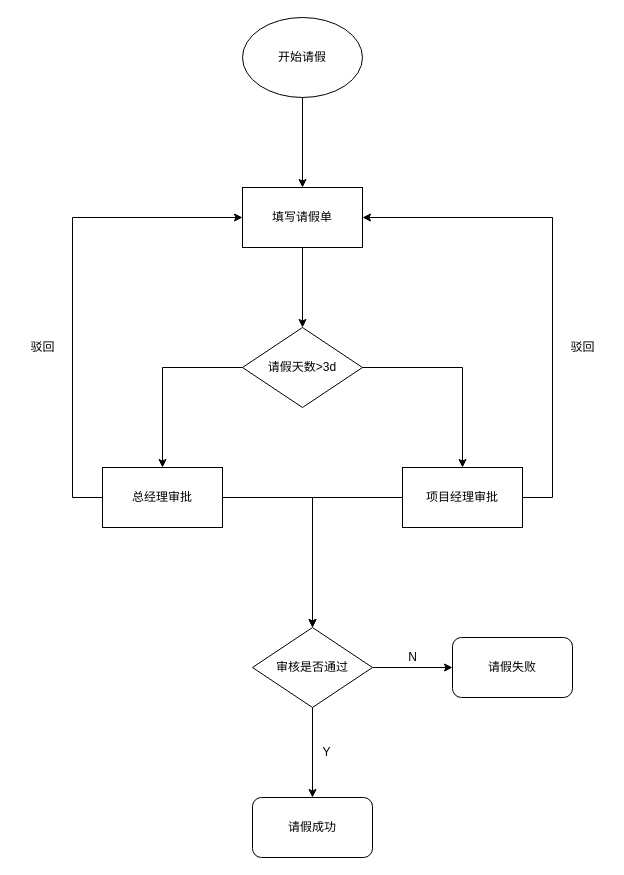
mono2048/draw.io keeps this draw.io diagram as 未命名绘图.drawio. Above is the earlier version. Source tidied: cells renumbered, new cells numbered last; positions are measured from the earlier drawing's top-left corner, leaving out a move shared by most shapes. Both pictures are drawn from the tidied source at 100%, with x=0, y=0 at pixel (17, 17).
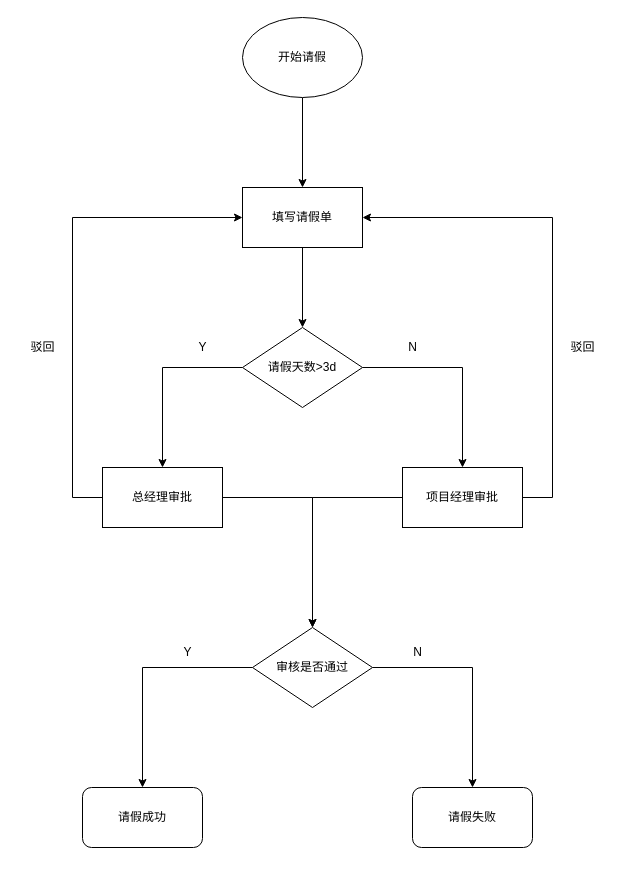
Above is the later version.

Commit message:
更新未命名绘图.drawio

What changed in the source:
```diff
@@
     <mxCell id="21" value="请假成功" style="rounded=1;whiteSpace=wrap;html=1;" parent="1" vertex="1">
-      <mxGeometry x="235" y="780" width="120" height="60" as="geometry" />
+      <mxGeometry x="65" y="770" width="120" height="60" as="geometry" />
     </mxCell>
     <mxCell id="22" value="请假失败" style="rounded=1;whiteSpace=wrap;html=1;" parent="1" vertex="1">
-      <mxGeometry x="435" y="620" width="120" height="60" as="geometry" />
+      <mxGeometry x="395" y="770" width="120" height="60" as="geometry" />
     </mxCell>
     <mxCell id="23" value="N" style="text;html=1;align=center;verticalAlign=middle;strokeColor=none;fillColor=none;" parent="1" vertex="1">
-      <mxGeometry x="380" y="625" width="30" height="30" as="geometry" />
+      <mxGeometry x="385" y="620" width="30" height="30" as="geometry" />
     </mxCell>
     <mxCell id="24" value="Y" style="text;html=1;align=center;verticalAlign=middle;strokeColor=none;fillColor=none;" parent="1" vertex="1">
-      <mxGeometry x="294" y="720" width="30" height="30" as="geometry" />
+      <mxGeometry x="155" y="620" width="30" height="30" as="geometry" />
     </mxCell>
+    <mxCell id="25" value="Y" style="text;html=1;align=center;verticalAlign=middle;strokeColor=none;fillColor=none;" parent="1" vertex="1">
+      <mxGeometry x="170" y="315" width="30" height="30" as="geometry" />
+    </mxCell>
+    <mxCell id="26" value="N" style="text;html=1;align=center;verticalAlign=middle;strokeColor=none;fillColor=none;" parent="1" vertex="1">
+      <mxGeometry x="380" y="315" width="30" height="30" as="geometry" />
+    </mxCell>
```
